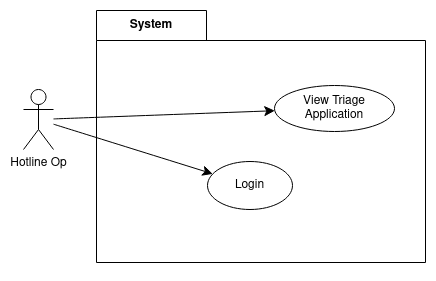
Earlier version of the draw.io export useCaseDiagrams/OpUseCaseDiagram.drawio.png (SENG-350-2024-fall/Team5). Source tidied: cells renumbered, new cells last; positions are measured from the earlier drawing's top-left corner, leaving out a move shared by most shapes.
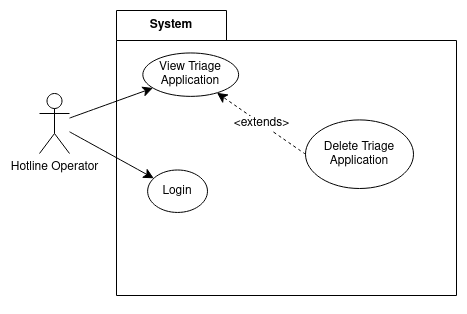
The same file after the commit.

Diff of the diagram source:
```diff
@@ -3,28 +3,39 @@
     <mxCell id="0" />
     <mxCell id="1" parent="0" />
     <mxCell id="2" value="System" style="shape=folder;fontStyle=1;tabWidth=110;tabHeight=30;tabPosition=left;html=1;boundedLbl=1;labelInHeader=1;whiteSpace=wrap;" parent="1" vertex="1">
-      <mxGeometry x="73" width="329" height="252" as="geometry" />
+      <mxGeometry x="77" y="-4" width="340" height="285" as="geometry" />
     </mxCell>
+    <mxCell id="10" value="Delete Triage Application" style="ellipse;whiteSpace=wrap;html=1;" parent="2" vertex="1">
+      <mxGeometry x="189" y="109.4" width="108" height="68.6" as="geometry" />
+    </mxCell>
     <mxCell id="3" value="&amp;lt;extends&amp;gt;" style="edgeStyle=none;curved=1;rounded=0;orthogonalLoop=1;jettySize=auto;html=1;fontSize=12;startSize=8;endSize=8;dashed=1;" parent="2" edge="1">
       <mxGeometry relative="1" as="geometry">
-        <mxPoint x="233.7" y="2.9" as="targetPoint" />
+        <mxPoint x="241.5" y="3.3" as="targetPoint" />
       </mxGeometry>
     </mxCell>
     <mxCell id="4" value="Login" style="ellipse;whiteSpace=wrap;html=1;" parent="2" vertex="1">
-      <mxGeometry x="111" y="151" width="85" height="48" as="geometry" />
+      <mxGeometry x="31.1" y="159.5" width="59.9" height="42.5" as="geometry" />
     </mxCell>
+    <mxCell id="8" value="View Triage Application" style="ellipse;whiteSpace=wrap;html=1;" parent="2" vertex="1">
+      <mxGeometry x="26.3" y="42.5" width="95.8" height="43.4" as="geometry" />
+    </mxCell>
+    <mxCell id="11" value="&amp;lt;extends&amp;gt;" style="edgeStyle=none;curved=1;rounded=0;jettySize=auto;html=1;fontSize=12;startSize=8;endSize=8;dashed=1;exitX=0;exitY=0.5;exitDx=0;exitDy=0;" parent="2" edge="1" source="10" target="8">
+      <mxGeometry relative="1" as="geometry" />
+    </mxCell>
     <mxCell id="5" style="edgeStyle=none;curved=1;rounded=0;jettySize=auto;html=1;fontSize=12;startSize=8;endSize=8;" parent="1" edge="1" source="7" target="4">
       <mxGeometry relative="1" as="geometry" />
     </mxCell>
     <mxCell id="6" style="edgeStyle=none;curved=1;rounded=0;jettySize=auto;html=1;fontSize=12;startSize=8;endSize=8;" parent="1" edge="1" source="7" target="8">
       <mxGeometry relative="1" as="geometry" />
     </mxCell>
-    <mxCell id="7" value="Hotline Op" style="shape=umlActor;verticalLabelPosition=bottom;verticalAlign=top;html=1;outlineConnect=0;" parent="1" vertex="1">
+    <mxCell id="7" value="Hotline Operator" style="shape=umlActor;verticalLabelPosition=bottom;verticalAlign=top;html=1;outlineConnect=0;" parent="1" vertex="1">
       <mxGeometry y="79" width="30" height="60" as="geometry" />
     </mxCell>
-    <mxCell id="8" value="View Triage Application" style="ellipse;whiteSpace=wrap;html=1;" parent="1" vertex="1">
-      <mxGeometry x="251" y="75" width="120" height="46" as="geometry" />
-    </mxCell>
+    <mxCell id="12" style="edgeStyle=none;curved=1;rounded=0;jettySize=auto;html=1;fontSize=12;startSize=8;endSize=8;dashed=1;" parent="1" edge="1" source="x">
+      <mxGeometry relative="1" as="geometry">
+        <mxPoint x="563.8" y="248.1" as="targetPoint" />
+      </mxGeometry>
+    </mxCell>
     <mxCell id="9" style="edgeStyle=orthogonalEdgeStyle;rounded=0;orthogonalLoop=1;jettySize=auto;html=1;exitX=0.5;exitY=1;exitDx=0;exitDy=0;exitPerimeter=0;" parent="1" edge="1" source="2" target="2">
       <mxGeometry relative="1" as="geometry" />
     </mxCell>
```
